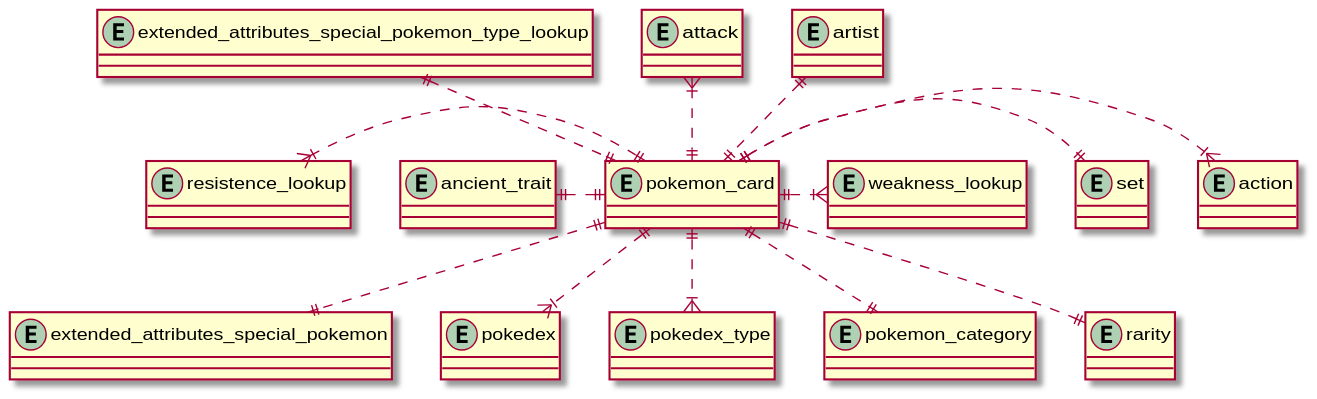
Above: schema/exported_images/pokemon-card-relationships.svg in pkgreen90/pokemon-tcg-data (PlantUML), before the change.
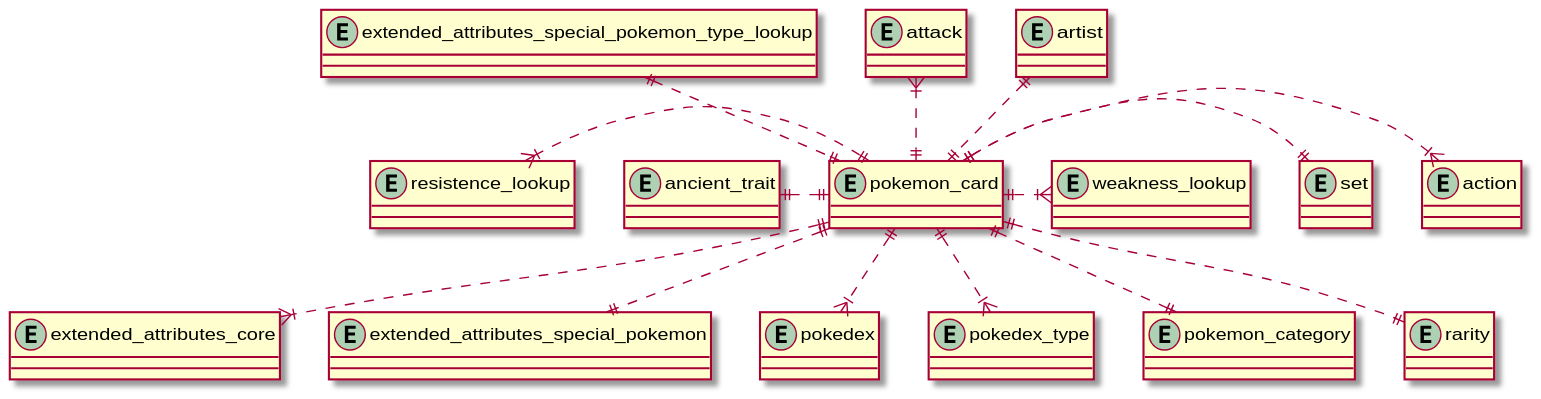
After the change.

The edit, as a diff of the source:
```diff
@@ -4,6 +4,7 @@
 entity "ancient_trait" as ancient_trait {}
 entity "artist" as artist {}
 entity "attack" as attack {}
+entity "extended_attributes_core" as extended_attributes_core {}
 entity "extended_attributes_special_pokemon" as extended_attributes_special_pokemon {}
 entity "extended_attributes_special_pokemon_type_lookup" as extended_attributes_special_pokemon_type_lookup {}
 entity "pokedex" as pokedex {}
@@ -19,6 +20,7 @@
 pokemon_card ||..left|| ancient_trait
 pokemon_card ||..up|| artist
 pokemon_card ||..up|{ attack
+pokemon_card ||..|{ extended_attributes_core
 pokemon_card ||..|| extended_attributes_special_pokemon
 pokemon_card ||..up|| extended_attributes_special_pokemon_type_lookup
 pokemon_card ||..|{ pokedex
```
